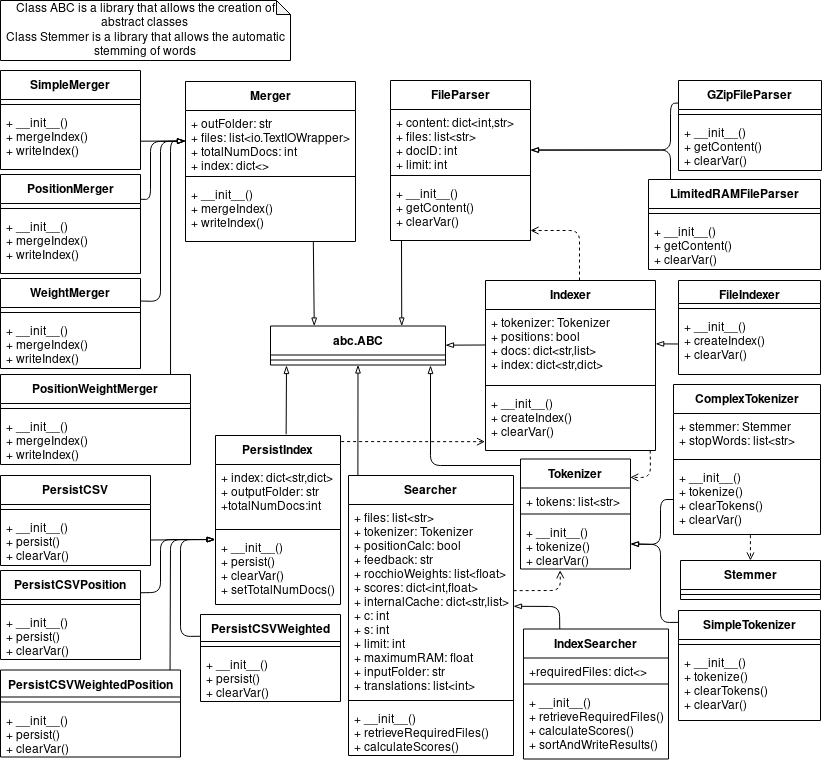
This is reports/report3/ClassDiagram_assign3.png from joao-alegria/RI, a draw.io export, as it was before one commit. Source tidied: cells renumbered, new cells last; positions are measured from the earlier drawing's top-left corner, leaving out a move shared by most shapes.
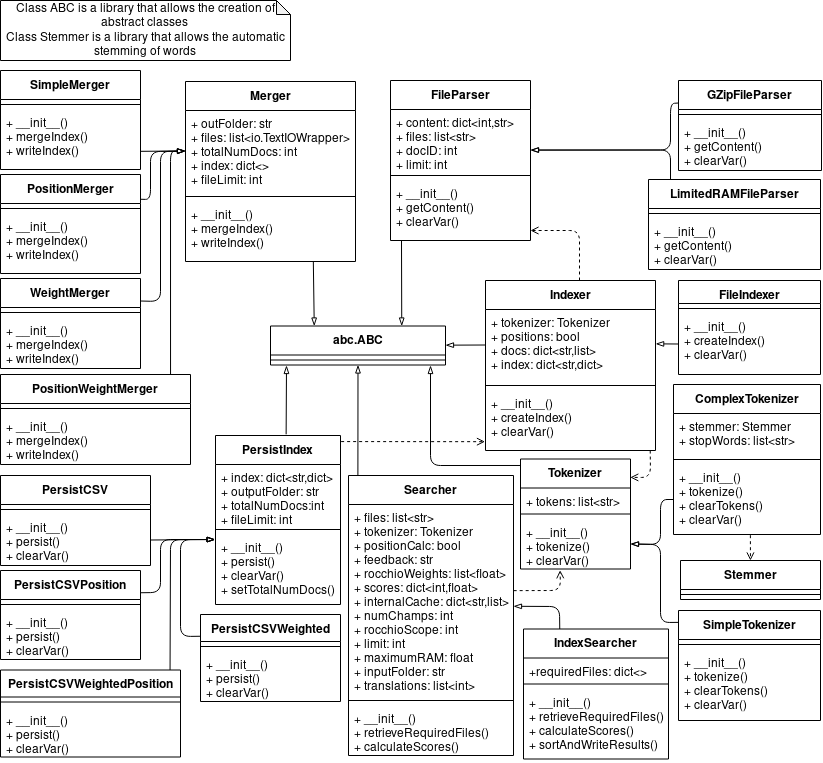
The same diagram one commit later.

What changed in the source:
```diff
@@ -65,7 +65,7 @@
     <mxCell id="17" value="PersistIndex" style="swimlane;fontStyle=1;align=center;verticalAlign=top;horizontal=1;startSize=29;" parent="1" vertex="1">
       <mxGeometry x="215" y="435" width="125" height="169" as="geometry" />
     </mxCell>
-    <mxCell id="18" value="+ index: dict&lt;str,dict&gt;&#10;+ outputFolder: str&#10;+totalNumDocs:int&#10;&#10;&#10;" style="text;strokeColor=none;fillColor=none;align=left;verticalAlign=top;spacingLeft=4;spacingRight=4;overflow=hidden;" parent="17" vertex="1">
+    <mxCell id="18" value="+ index: dict&lt;str,dict&gt;&#10;+ outputFolder: str&#10;+ totalNumDocs:int&#10;+ fileLimit: int&#10;&#10;&#10;&#10;" style="text;strokeColor=none;fillColor=none;align=left;verticalAlign=top;spacingLeft=4;spacingRight=4;overflow=hidden;" parent="17" vertex="1">
       <mxGeometry y="29" width="125" height="60" as="geometry" />
     </mxCell>
     <mxCell id="19" style="line;strokeWidth=1;fillColor=none;align=left;verticalAlign=middle;spacingTop=-1;spacingLeft=3;spacingRight=3;labelPosition=right;" parent="17" vertex="1">
@@ -199,16 +199,16 @@
       </mxGeometry>
     </mxCell>
     <mxCell id="52" value="Merger" style="swimlane;fontStyle=1;align=center;verticalAlign=top;horizontal=1;startSize=29;" parent="1" vertex="1">
-      <mxGeometry x="185" y="81" width="170" height="160" as="geometry" />
+      <mxGeometry x="185" y="81" width="170" height="180" as="geometry" />
     </mxCell>
-    <mxCell id="53" value="+ outFolder: str&#10;+ files: list&lt;io.TextIOWrapper&gt;&#10;+ totalNumDocs: int&#10;+ index: dict&lt;&gt;&#10;&#10;" style="text;strokeColor=none;fillColor=none;align=left;verticalAlign=top;spacingLeft=4;spacingRight=4;overflow=hidden;points=[[0,0.5],[1,0.5]];portConstraint=eastwest;" parent="52" vertex="1">
-      <mxGeometry y="29" width="170" height="61" as="geometry" />
+    <mxCell id="53" value="+ outFolder: str&#10;+ files: list&lt;io.TextIOWrapper&gt;&#10;+ totalNumDocs: int&#10;+ index: dict&lt;&gt;&#10;+ fileLimit: int&#10;&#10;" style="text;strokeColor=none;fillColor=none;align=left;verticalAlign=top;spacingLeft=4;spacingRight=4;overflow=hidden;points=[[0,0.5],[1,0.5]];portConstraint=eastwest;" parent="52" vertex="1">
+      <mxGeometry y="29" width="170" height="81" as="geometry" />
     </mxCell>
     <mxCell id="54" style="line;strokeWidth=1;fillColor=none;align=left;verticalAlign=middle;spacingTop=-1;spacingLeft=3;spacingRight=3;labelPosition=right;" parent="52" vertex="1">
-      <mxGeometry y="90" width="170" height="10" as="geometry" />
+      <mxGeometry y="110" width="170" height="10" as="geometry" />
     </mxCell>
     <mxCell id="55" value="+ __init__()&#10;+ mergeIndex()&#10;+ writeIndex()&#10;&#10;" style="text;strokeColor=none;fillColor=none;align=left;verticalAlign=top;spacingLeft=4;spacingRight=4;overflow=hidden;points=[[0,0.5],[1,0.5]];portConstraint=eastwest;" parent="52" vertex="1">
-      <mxGeometry y="100" width="170" height="60" as="geometry" />
+      <mxGeometry y="120" width="170" height="60" as="geometry" />
     </mxCell>
     <mxCell id="56" style="endArrow=blockThin;html=1;endFill=0;entryX=0.25;entryY=0;entryDx=0;entryDy=0;exitX=0.752;exitY=1.005;exitDx=0;exitDy=0;exitPerimeter=0;" parent="1" edge="1" source="55" target="14">
       <mxGeometry relative="1" as="geometry" />
@@ -252,7 +252,7 @@
     <mxCell id="69" style="endArrow=blockThin;html=1;endFill=0;entryX=0;entryY=0.5;entryDx=0;entryDy=0;exitX=0.895;exitY=-0.001;exitDx=0;exitDy=0;exitPerimeter=0;" parent="1" edge="1" source="66" target="53">
       <mxGeometry relative="1" as="geometry">
         <Array as="points">
-          <mxPoint x="170" y="141" />
+          <mxPoint x="170" y="151" />
         </Array>
       </mxGeometry>
     </mxCell>
@@ -260,7 +260,7 @@
       <mxGeometry relative="1" as="geometry">
         <Array as="points">
           <mxPoint x="160" y="301" />
-          <mxPoint x="160" y="141" />
+          <mxPoint x="160" y="151" />
         </Array>
       </mxGeometry>
     </mxCell>
@@ -268,11 +268,11 @@
       <mxGeometry relative="1" as="geometry">
         <Array as="points">
           <mxPoint x="150" y="199" />
-          <mxPoint x="150" y="141" />
+          <mxPoint x="150" y="151" />
         </Array>
       </mxGeometry>
     </mxCell>
-    <mxCell id="72" style="endArrow=blockThin;html=1;endFill=0;exitX=1.002;exitY=0.528;exitDx=0;exitDy=0;entryX=0;entryY=0.5;entryDx=0;entryDy=0;exitPerimeter=0;" parent="1" edge="1" source="59" target="53">
+    <mxCell id="72" style="endArrow=blockThin;html=1;endFill=0;exitX=1.002;exitY=0.697;exitDx=0;exitDy=0;entryX=0;entryY=0.5;entryDx=0;entryDy=0;exitPerimeter=0;" parent="1" edge="1" source="59" target="53">
       <mxGeometry relative="1" as="geometry" />
     </mxCell>
     <mxCell id="73" value="Indexer" style="swimlane;fontStyle=1;align=center;verticalAlign=top;horizontal=1;startSize=29;" parent="1" vertex="1">
@@ -336,7 +336,7 @@
     <mxCell id="89" value="Searcher" style="swimlane;fontStyle=1;align=center;verticalAlign=top;horizontal=1;startSize=29;" parent="1" vertex="1">
       <mxGeometry x="348" y="475" width="165" height="280" as="geometry" />
     </mxCell>
-    <mxCell id="90" value="+ files: list&lt;str&gt;&#10;+ tokenizer: Tokenizer&#10;+ positionCalc: bool&#10;+ feedback: str&#10;+ rocchioWeights: list&lt;float&gt;&#10;+ scores: dict&lt;int,float&gt;&#10;+ internalCache: dict&lt;str,list&gt;&#10;+ c: int&#10;+ s: int&#10;+ limit: int&#10;+ maximumRAM: float&#10;+ inputFolder: str&#10;+ translations: list&lt;int&gt;&#10;&#10;&#10;" style="text;strokeColor=none;fillColor=none;align=left;verticalAlign=top;spacingLeft=4;spacingRight=4;overflow=hidden;points=[[0,0.5],[1,0.5]];portConstraint=eastwest;" parent="89" vertex="1">
+    <mxCell id="90" value="+ files: list&lt;str&gt;&#10;+ tokenizer: Tokenizer&#10;+ positionCalc: bool&#10;+ feedback: str&#10;+ rocchioWeights: list&lt;float&gt;&#10;+ scores: dict&lt;int,float&gt;&#10;+ internalCache: dict&lt;str,list&gt;&#10;+ numChamps: int&#10;+ rocchioScope: int&#10;+ limit: int&#10;+ maximumRAM: float&#10;+ inputFolder: str&#10;+ translations: list&lt;int&gt;&#10;&#10;&#10;" style="text;strokeColor=none;fillColor=none;align=left;verticalAlign=top;spacingLeft=4;spacingRight=4;overflow=hidden;points=[[0,0.5],[1,0.5]];portConstraint=eastwest;" parent="89" vertex="1">
       <mxGeometry y="29" width="165" height="191" as="geometry" />
     </mxCell>
     <mxCell id="91" style="line;strokeWidth=1;fillColor=none;align=left;verticalAlign=middle;spacingTop=-1;spacingLeft=3;spacingRight=3;labelPosition=right;" parent="89" vertex="1">
```
